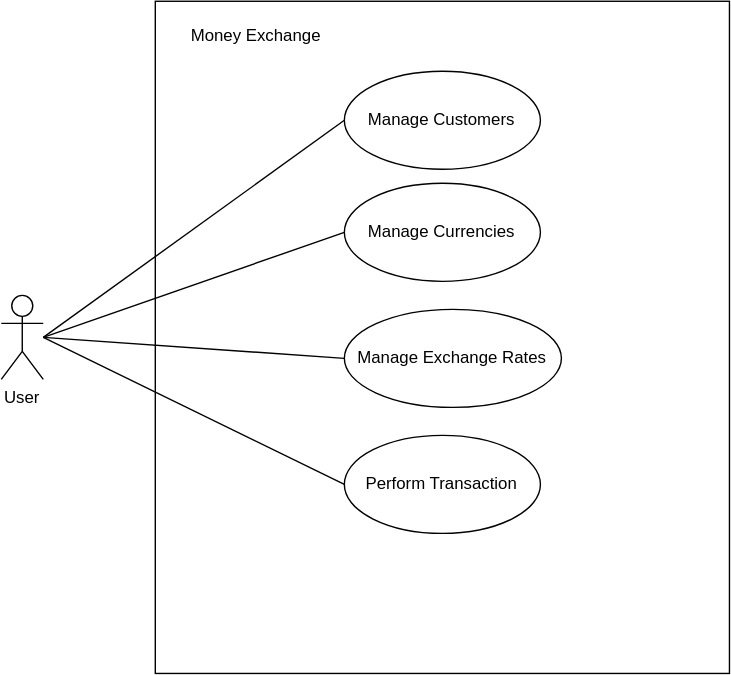
RavinduMalshika/MSE800 keeps this draw.io diagram as Week4_Activity1/Week4_Activity1.drawio.svg. Above is the earlier version. Source tidied: cells renumbered, new cells last; positions are measured from the earlier drawing's top-left corner, leaving out a move shared by most shapes.
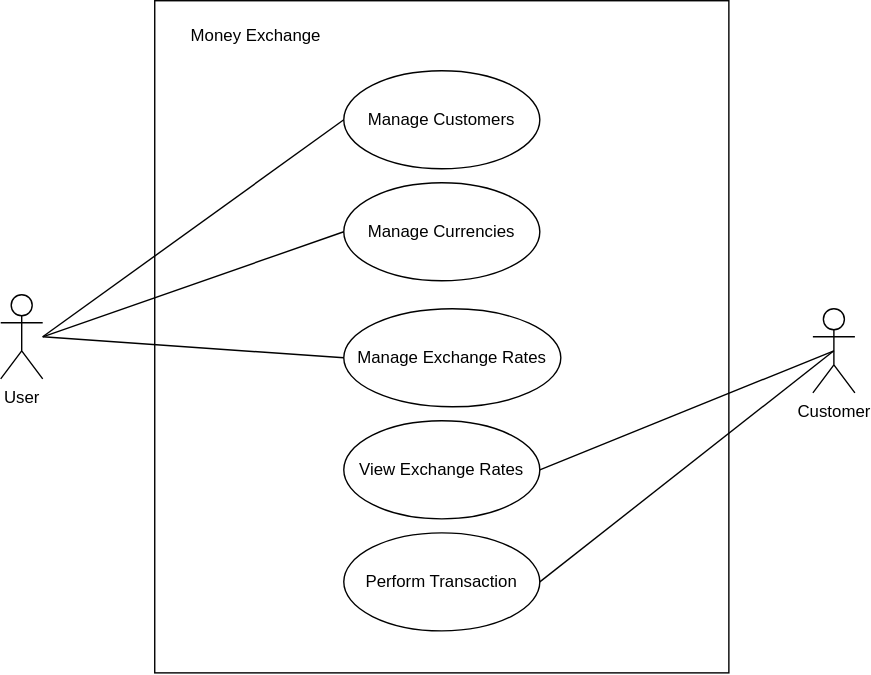
After the commit.

The edit, as a diff of the source:
```diff
@@ -18,30 +18,37 @@
       <mxGeometry x="245" y="220" width="155" height="70" as="geometry" />
     </mxCell>
     <mxCell id="7" value="Perform Transaction" style="ellipse;whiteSpace=wrap;html=1;" parent="1" vertex="1">
-      <mxGeometry x="245" y="310" width="140" height="70" as="geometry" />
+      <mxGeometry x="245" y="380" width="140" height="70" as="geometry" />
     </mxCell>
     <mxCell id="8" value="Money Exchange" style="text;html=1;whiteSpace=wrap;strokeColor=none;fillColor=none;align=center;verticalAlign=middle;rounded=0;" parent="1" vertex="1">
       <mxGeometry x="120" y="10" width="125" height="30" as="geometry" />
     </mxCell>
-    <mxCell id="9" style="endArrow=none;html=1;rounded=0;entryX=0;entryY=0.5;entryDx=0;entryDy=0;" parent="1" edge="1" target="4">
-      <mxGeometry relative="1" as="geometry">
-        <mxPoint x="30" y="240" as="sourcePoint" />
-      </mxGeometry>
-    </mxCell>
-    <mxCell id="10" style="endArrow=none;html=1;rounded=0;entryX=0;entryY=0.5;entryDx=0;entryDy=0;" parent="1" edge="1" target="5">
-      <mxGeometry relative="1" as="geometry">
-        <mxPoint x="30" y="240" as="sourcePoint" />
-      </mxGeometry>
-    </mxCell>
-    <mxCell id="11" style="endArrow=none;html=1;rounded=0;entryX=0;entryY=0.5;entryDx=0;entryDy=0;" parent="1" edge="1" target="6">
-      <mxGeometry relative="1" as="geometry">
-        <mxPoint x="30" y="240" as="sourcePoint" />
-      </mxGeometry>
-    </mxCell>
-    <mxCell id="12" style="endArrow=none;html=1;rounded=0;entryX=0;entryY=0.5;entryDx=0;entryDy=0;" parent="1" edge="1" target="7">
-      <mxGeometry relative="1" as="geometry">
-        <mxPoint x="30" y="240" as="sourcePoint" />
-      </mxGeometry>
-    </mxCell>
+    <mxCell id="13" style="endArrow=none;html=1;rounded=0;entryX=0;entryY=0.5;entryDx=0;entryDy=0;" parent="1" edge="1" target="4">
+      <mxGeometry relative="1" as="geometry">
+        <mxPoint x="30" y="240" as="sourcePoint" />
+      </mxGeometry>
+    </mxCell>
+    <mxCell id="14" style="endArrow=none;html=1;rounded=0;entryX=0;entryY=0.5;entryDx=0;entryDy=0;" parent="1" edge="1" target="5">
+      <mxGeometry relative="1" as="geometry">
+        <mxPoint x="30" y="240" as="sourcePoint" />
+      </mxGeometry>
+    </mxCell>
+    <mxCell id="15" style="endArrow=none;html=1;rounded=0;entryX=0;entryY=0.5;entryDx=0;entryDy=0;" parent="1" edge="1" target="6">
+      <mxGeometry relative="1" as="geometry">
+        <mxPoint x="30" y="240" as="sourcePoint" />
+      </mxGeometry>
+    </mxCell>
+    <mxCell id="16" value="Customer" style="shape=umlActor;verticalLabelPosition=bottom;verticalAlign=top;html=1;" parent="1" vertex="1">
+      <mxGeometry x="580" y="220" width="30" height="60" as="geometry" />
+    </mxCell>
+    <mxCell id="17" style="endArrow=none;html=1;rounded=0;exitX=1;exitY=0.5;exitDx=0;exitDy=0;entryX=0.5;entryY=0.5;entryDx=0;entryDy=0;entryPerimeter=0;" parent="1" edge="1" source="7" target="16">
+      <mxGeometry relative="1" as="geometry" />
+    </mxCell>
+    <mxCell id="18" value="View Exchange Rates" style="ellipse;whiteSpace=wrap;html=1;" parent="1" vertex="1">
+      <mxGeometry x="245" y="300" width="140" height="70" as="geometry" />
+    </mxCell>
+    <mxCell id="19" style="endArrow=none;html=1;rounded=0;exitX=1;exitY=0.5;exitDx=0;exitDy=0;entryX=0.5;entryY=0.5;entryDx=0;entryDy=0;entryPerimeter=0;" parent="1" edge="1" source="18" target="16">
+      <mxGeometry relative="1" as="geometry" />
+    </mxCell>
   </root>
 </mxGraphModel>
```
